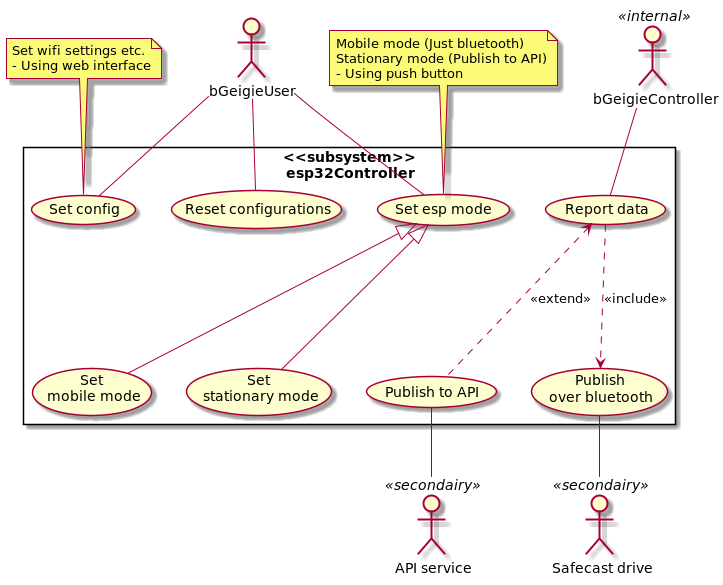
This is designs/software/usecase.png from Safecast/bGeigieCast, a PlantUML export, as it was before one commit.
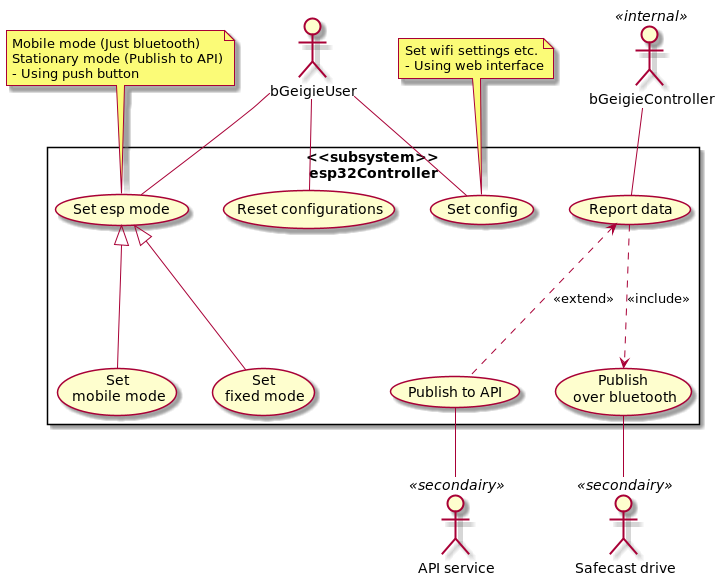
Later version of the same file.

Commit message:
split config pages, remove separate urls for styles (slower load)

The edit, as a diff of the source:
```diff
@@ -12,23 +12,26 @@
     (Set esp mode)
     (Reset configurations)
     (Set\n mobile mode)
-    (Set\n stationary mode)
+    (Set\n fixed mode)
     (Publish to API)
     (Publish\n over bluetooth)
     (Report data)
+
+    (Set esp mode) -[hidden]> (Reset configurations)
+    (Reset configurations) -[hidden]> (Set config)
 
 
     (Publish to API) -u.> (Report data) : <<extend>>
     (Report data) -d.> (Publish\n over bluetooth) : <<include>>
     (Set\n mobile mode) -u-|> (Set esp mode)
-    (Set\n stationary mode) -u-|> (Set esp mode)
+    (Set\n fixed mode) -u-|> (Set esp mode)
 
     (Publish to API) -d- API
     (Publish\n over bluetooth) -d- BLU
 
-    user -d- (Set esp mode)
-    user -d- (Set config)
-    user -d- (Reset configurations)
+    user -- (Set esp mode)
+    user -- (Set config)
+    user -- (Reset configurations)
     BGN -- (Report data)
 }
 
```
